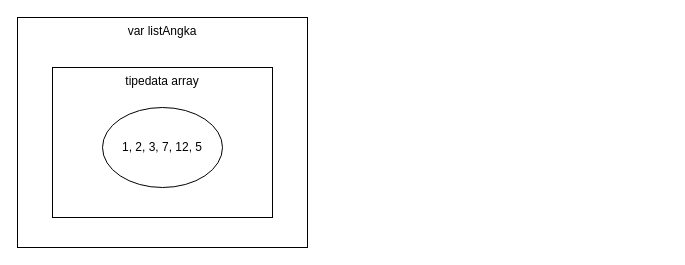
Before: drawio/Algoritma Pemograman.drawio in WaxArsatia/Random, a draw.io diagram. Source tidied: cells renumbered, new cells numbered last; positions are measured from the earlier drawing's top-left corner, leaving out a move shared by most shapes. Both pictures are drawn from the tidied source at 100%, with x=0, y=0 at pixel (17, 17).
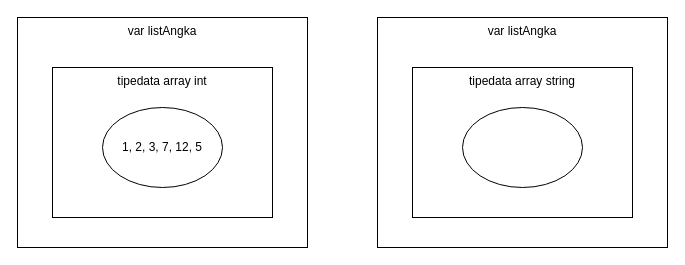
After the change.

Diff of the diagram source:
```diff
@@
 <mxGraphModel>
   <root>
     <mxCell id="0" />
     <mxCell id="1" parent="0" />
+    <mxCell id="5" style="group;" parent="1" vertex="1">
+      <mxGeometry width="290" height="230" as="geometry" />
+    </mxCell>
-    <mxCell id="2" value="var listAngka" style="rounded=0;whiteSpace=wrap;html=1;verticalAlign=top;" parent="1" vertex="1">
+    <mxCell id="2" value="var listAngka" style="rounded=0;whiteSpace=wrap;html=1;verticalAlign=top;" parent="5" vertex="1">
       <mxGeometry width="290" height="230" as="geometry" />
     </mxCell>
-    <mxCell id="3" value="tipedata array" style="rounded=0;whiteSpace=wrap;html=1;verticalAlign=top;" parent="1" vertex="1">
+    <mxCell id="3" value="tipedata array int" style="rounded=0;whiteSpace=wrap;html=1;verticalAlign=top;" parent="5" vertex="1">
       <mxGeometry x="35" y="50" width="220" height="150" as="geometry" />
     </mxCell>
-    <mxCell id="4" value="1, 2, 3, 7, 12, 5" style="ellipse;whiteSpace=wrap;html=1;" parent="1" vertex="1">
+    <mxCell id="4" value="1, 2, 3, 7, 12, 5" style="ellipse;whiteSpace=wrap;html=1;" parent="5" vertex="1">
       <mxGeometry x="85" y="90" width="120" height="80" as="geometry" />
     </mxCell>
+    <mxCell id="6" style="group;" parent="1" vertex="1">
+      <mxGeometry x="360" width="290" height="230" as="geometry" />
+    </mxCell>
+    <mxCell id="7" value="var listAngka" style="rounded=0;whiteSpace=wrap;html=1;verticalAlign=top;" parent="6" vertex="1">
+      <mxGeometry width="290" height="230" as="geometry" />
+    </mxCell>
+    <mxCell id="8" value="tipedata array string" style="rounded=0;whiteSpace=wrap;html=1;verticalAlign=top;" parent="6" vertex="1">
+      <mxGeometry x="35" y="50" width="220" height="150" as="geometry" />
+    </mxCell>
+    <mxCell id="9" style="ellipse;whiteSpace=wrap;html=1;" parent="6" vertex="1">
+      <mxGeometry x="85" y="90" width="120" height="80" as="geometry" />
+    </mxCell>
   </root>
 </mxGraphModel>
```
